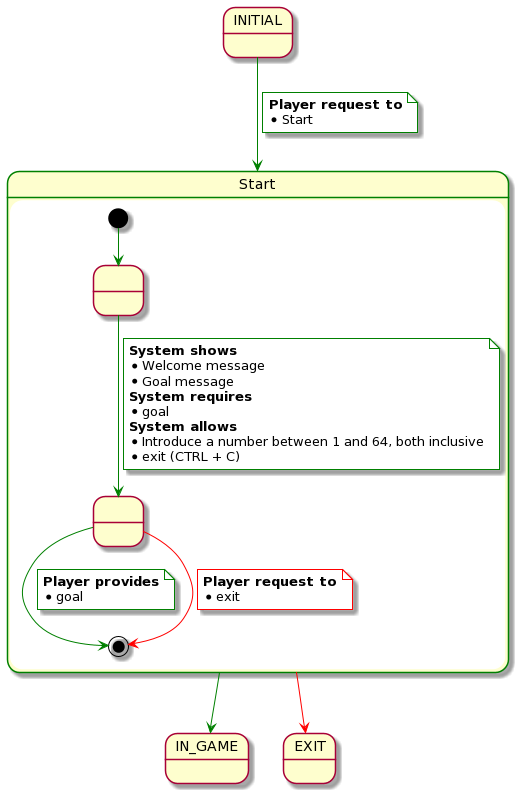
The PlantUML diagram rup/usecase/start.png in USantaTecla-game-backgammon/backgammon, before a commit.
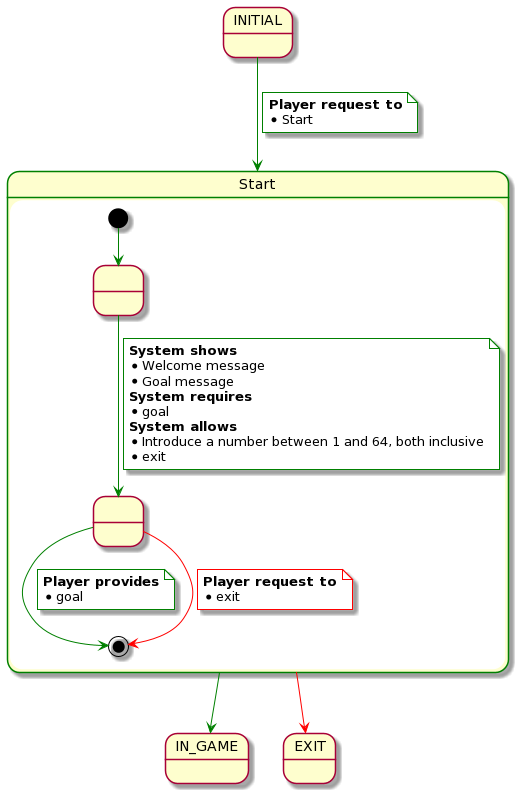
The same file after the commit.

Change to the diagram source:
```diff
@@ -18,7 +18,7 @@
         * goal
         <b>System allows</b>
         * Introduce a number between 1 and 64, both inclusive
-        * exit (CTRL + C)
+        * exit
     end note
 
     2 -[#green]-> [*]
```
